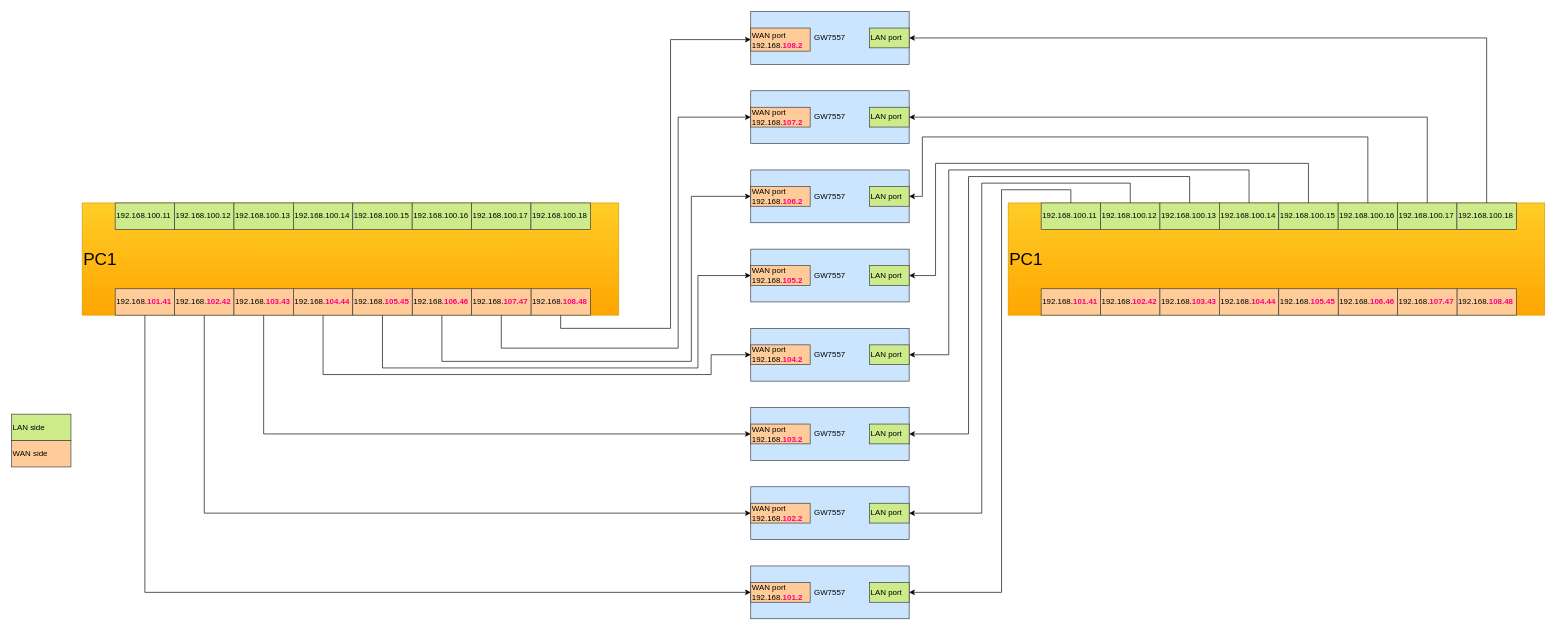
Earlier version of the draw.io diagram page "Factory" (15 of 15) of GW7557.drawio (nelsonchung/drawio). Source tidied: cells renumbered, new cells numbered last; positions are measured from the earlier drawing's top-left corner, leaving out a move shared by most shapes. Both pictures are drawn from the tidied source at 66%, with x=0, y=0 at pixel (11, 11).
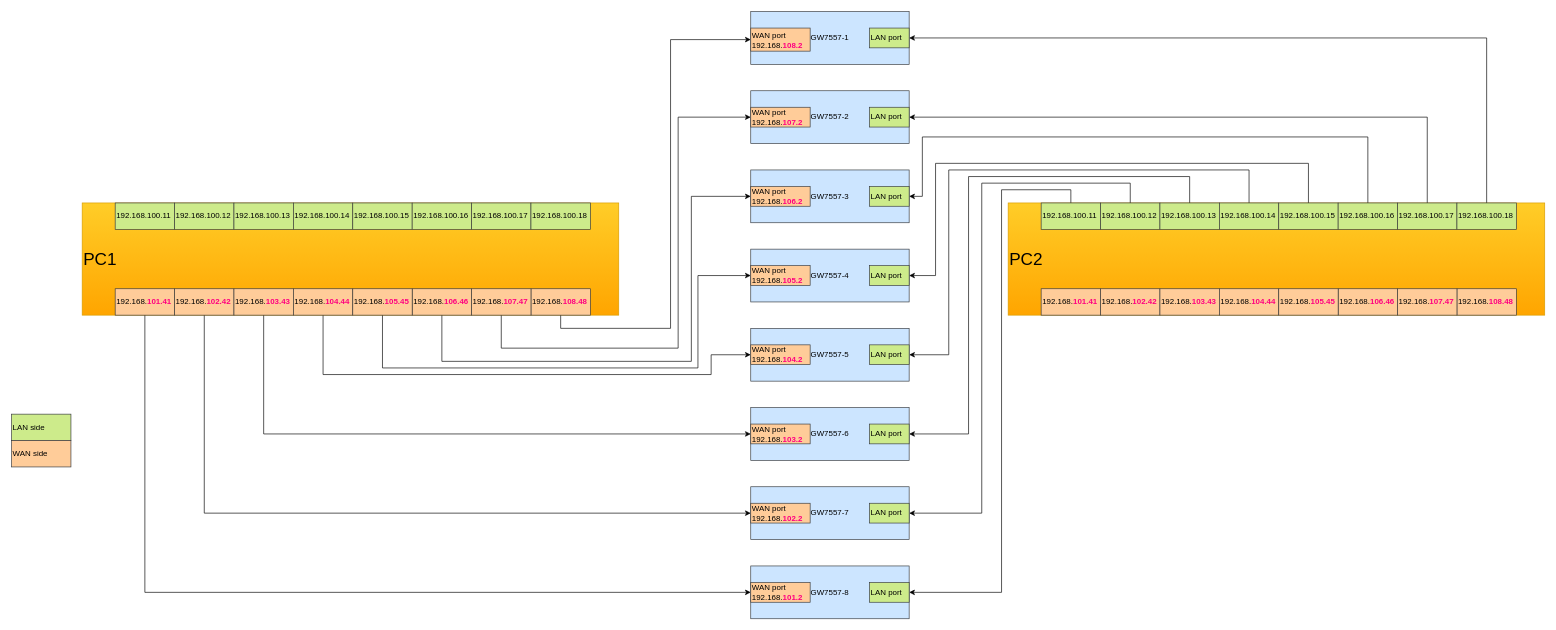
Above is the later version.

Diff of the diagram source:
```diff
@@
-    <mxCell id="3" value="GW7557" style="rounded=0;whiteSpace=wrap;html=1;align=center;fillColor=#cce5ff;strokeColor=#36393d;" parent="1" vertex="1">
+    <mxCell id="3" value="GW7557-3" style="rounded=0;whiteSpace=wrap;html=1;align=center;fillColor=#cce5ff;strokeColor=#36393d;" parent="1" vertex="1">
       <mxGeometry x="1120" y="240" width="240" height="80" as="geometry" />
     </mxCell>
@@
-    <mxCell id="32" value="GW7557" style="rounded=0;whiteSpace=wrap;html=1;align=center;fillColor=#cce5ff;strokeColor=#36393d;" parent="1" vertex="1">
+    <mxCell id="32" value="GW7557-4" style="rounded=0;whiteSpace=wrap;html=1;align=center;fillColor=#cce5ff;strokeColor=#36393d;" parent="1" vertex="1">
       <mxGeometry x="1120" y="360" width="240" height="80" as="geometry" />
     </mxCell>
@@
-    <mxCell id="35" value="GW7557" style="rounded=0;whiteSpace=wrap;html=1;align=center;fillColor=#cce5ff;strokeColor=#36393d;" parent="1" vertex="1">
+    <mxCell id="35" value="GW7557-2" style="rounded=0;whiteSpace=wrap;html=1;align=center;fillColor=#cce5ff;strokeColor=#36393d;" parent="1" vertex="1">
       <mxGeometry x="1120" y="120" width="240" height="80" as="geometry" />
     </mxCell>
@@
-    <mxCell id="38" value="GW7557" style="rounded=0;whiteSpace=wrap;html=1;align=center;fillColor=#cce5ff;strokeColor=#36393d;" parent="1" vertex="1">
+    <mxCell id="38" value="GW7557-1" style="rounded=0;whiteSpace=wrap;html=1;align=center;fillColor=#cce5ff;strokeColor=#36393d;" parent="1" vertex="1">
       <mxGeometry x="1120" width="240" height="80" as="geometry" />
     </mxCell>
@@
-    <mxCell id="41" value="&lt;div&gt;&lt;span style=&quot;font-size: 26px&quot;&gt;PC1&lt;/span&gt;&lt;/div&gt;" style="rounded=0;whiteSpace=wrap;html=1;align=left;gradientColor=#ffa500;fillColor=#ffcd28;strokeColor=#d79b00;" parent="1" vertex="1">
+    <mxCell id="41" value="&lt;div&gt;&lt;span style=&quot;font-size: 26px&quot;&gt;PC2&lt;/span&gt;&lt;/div&gt;" style="rounded=0;whiteSpace=wrap;html=1;align=left;gradientColor=#ffa500;fillColor=#ffcd28;strokeColor=#d79b00;" parent="1" vertex="1">
       <mxGeometry x="1510" y="290" width="813" height="170" as="geometry" />
     </mxCell>
@@
-    <mxCell id="66" value="GW7557" style="rounded=0;whiteSpace=wrap;html=1;align=center;fillColor=#cce5ff;strokeColor=#36393d;" parent="1" vertex="1">
+    <mxCell id="66" value="GW7557-5" style="rounded=0;whiteSpace=wrap;html=1;align=center;fillColor=#cce5ff;strokeColor=#36393d;" parent="1" vertex="1">
       <mxGeometry x="1120" y="480" width="240" height="80" as="geometry" />
     </mxCell>
@@
-    <mxCell id="69" value="GW7557" style="rounded=0;whiteSpace=wrap;html=1;align=center;fillColor=#cce5ff;strokeColor=#36393d;" parent="1" vertex="1">
+    <mxCell id="69" value="GW7557-6" style="rounded=0;whiteSpace=wrap;html=1;align=center;fillColor=#cce5ff;strokeColor=#36393d;" parent="1" vertex="1">
       <mxGeometry x="1120" y="600" width="240" height="80" as="geometry" />
     </mxCell>
@@
-    <mxCell id="72" value="GW7557" style="rounded=0;whiteSpace=wrap;html=1;align=center;fillColor=#cce5ff;strokeColor=#36393d;" parent="1" vertex="1">
+    <mxCell id="72" value="GW7557-7" style="rounded=0;whiteSpace=wrap;html=1;align=center;fillColor=#cce5ff;strokeColor=#36393d;" parent="1" vertex="1">
       <mxGeometry x="1120" y="720" width="240" height="80" as="geometry" />
     </mxCell>
@@
-    <mxCell id="75" value="GW7557" style="rounded=0;whiteSpace=wrap;html=1;align=center;fillColor=#cce5ff;strokeColor=#36393d;" parent="1" vertex="1">
+    <mxCell id="75" value="GW7557-8" style="rounded=0;whiteSpace=wrap;html=1;align=center;fillColor=#cce5ff;strokeColor=#36393d;" parent="1" vertex="1">
       <mxGeometry x="1120" y="840" width="240" height="80" as="geometry" />
     </mxCell>
```
